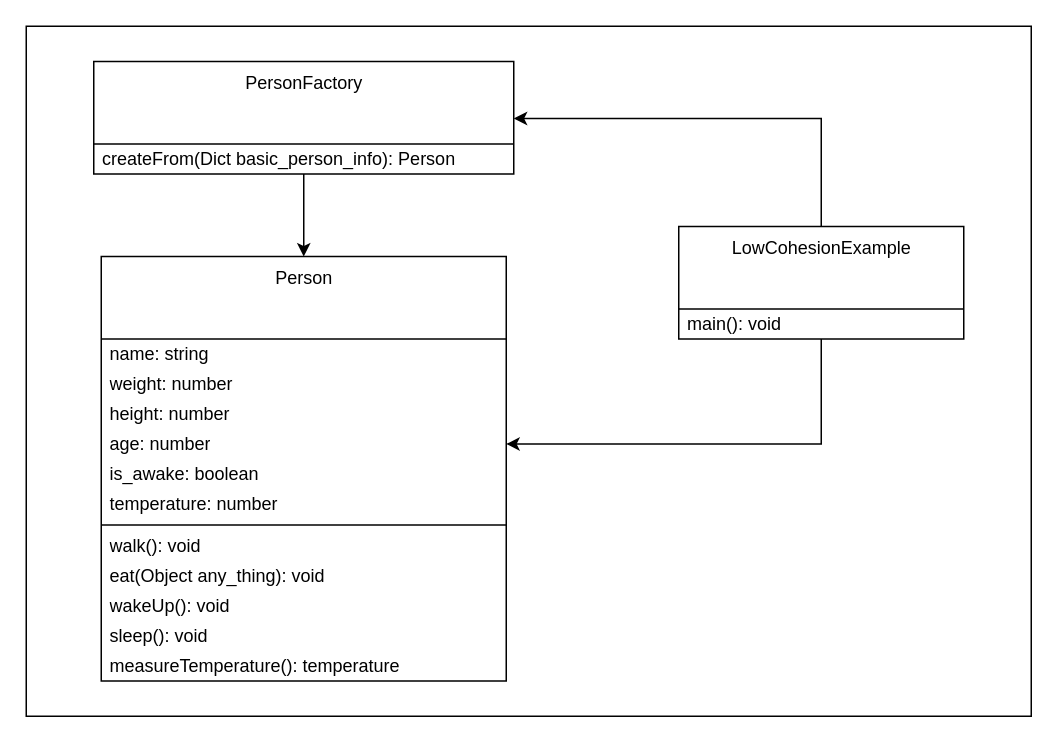
Earlier version of the draw.io diagram page "Low Cohesion" (2 of 6) of images/clean-code-clean-classes/clean-classes.drawio (GabrielSlima/blog). Source tidied: cells renumbered, new cells numbered last; positions are measured from the earlier drawing's top-left corner, leaving out a move shared by most shapes. Both pictures are drawn from the tidied source at 150%, with x=0, y=0 at pixel (26, 26).
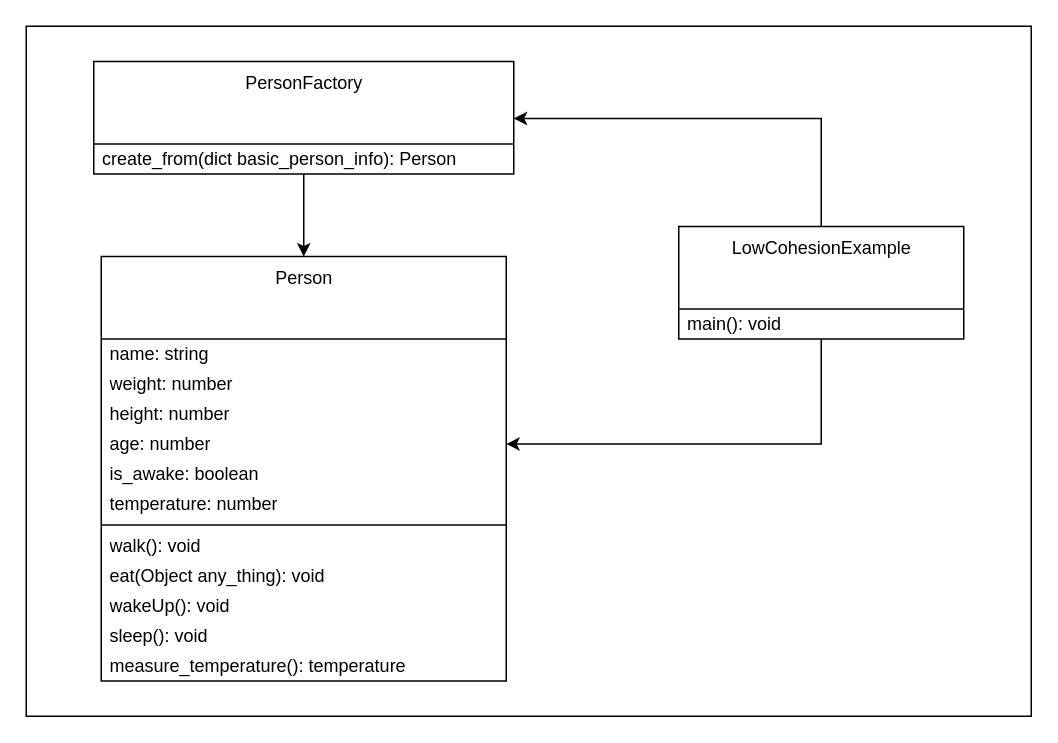
The same diagram, later.

The change refers to these unchanged cells:
```xml
<mxCell id="3" value="Person" style="swimlane;fontStyle=0;align=center;verticalAlign=top;horizontal=1;startSize=55;html=1;fillColor=none;" parent="1" vertex="1">
  <mxGeometry x="50" y="153.5" width="270" height="283" as="geometry" />
</mxCell>
<mxCell id="21" value="PersonFactory" style="swimlane;fontStyle=0;align=center;verticalAlign=top;horizontal=1;startSize=55;html=1;fillColor=none;" parent="1" vertex="1">
  <mxGeometry x="45" y="23.5" width="280" height="75" as="geometry" />
</mxCell>
```

The edit, as a diff of the source:
```diff
@@
-    <mxCell id="15" value="measureTemperature(): temperature" style="text;html=1;strokeColor=none;fillColor=none;align=left;verticalAlign=middle;spacingLeft=4;spacingRight=4;overflow=hidden;" parent="3" vertex="1">
+    <mxCell id="15" value="measure_temperature(): temperature" style="text;html=1;strokeColor=none;fillColor=none;align=left;verticalAlign=middle;spacingLeft=4;spacingRight=4;overflow=hidden;" parent="3" vertex="1">
       <mxGeometry y="263" width="270" height="20" as="geometry" />
     </mxCell>
@@
-    <mxCell id="22" value="&lt;div&gt;createFrom(Dict basic_person_info): Person&lt;br&gt;&lt;/div&gt;" style="text;html=1;strokeColor=none;fillColor=none;align=left;verticalAlign=middle;spacingLeft=4;spacingRight=4;overflow=hidden;" parent="21" vertex="1">
+    <mxCell id="22" value="&lt;div&gt;create_from(dict basic_person_info): Person&lt;br&gt;&lt;/div&gt;" style="text;html=1;strokeColor=none;fillColor=none;align=left;verticalAlign=middle;spacingLeft=4;spacingRight=4;overflow=hidden;" parent="21" vertex="1">
       <mxGeometry y="55" width="280" height="20" as="geometry" />
     </mxCell>
```
